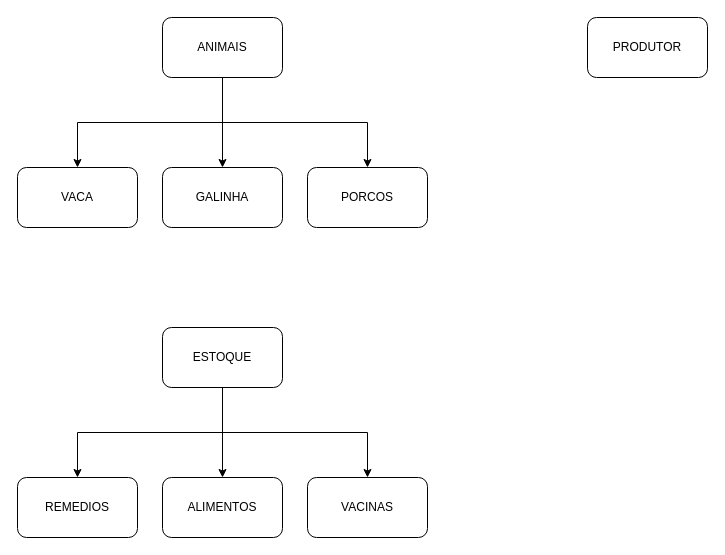
Before: page "Copy of Page-1" (2 of 2) of Untitled Diagram.drawio in guilermiii/faculdade-kof-system, a draw.io diagram. Source tidied: cells renumbered, new cells numbered last; positions are measured from the earlier drawing's top-left corner, leaving out a move shared by most shapes. Both pictures are drawn from the tidied source at 100%, with x=0, y=0 at pixel (17, 17).
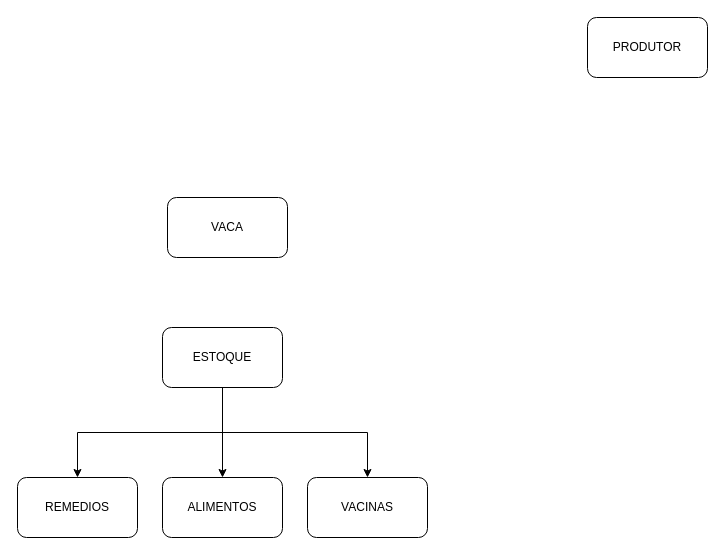
The same page after the edit.

What changed in the source:
```diff
@@
 <mxGraphModel>
   <root>
     <mxCell id="0" />
     <mxCell id="1" parent="0" />
     <mxCell id="2" value="VACA" style="rounded=1;whiteSpace=wrap;html=1;roundedPerimeter=1;" parent="1" vertex="1">
-      <mxGeometry y="150" width="120" height="60" as="geometry" />
+      <mxGeometry x="150" y="180" width="120" height="60" as="geometry" />
     </mxCell>
-    <mxCell id="3" value="PORCOS" style="rounded=1;whiteSpace=wrap;html=1;roundedPerimeter=1;" parent="1" vertex="1">
-      <mxGeometry x="290" y="150" width="120" height="60" as="geometry" />
-    </mxCell>
-    <mxCell id="4" value="GALINHA" style="rounded=1;whiteSpace=wrap;html=1;roundedPerimeter=1;" parent="1" vertex="1">
-      <mxGeometry x="145" y="150" width="120" height="60" as="geometry" />
-    </mxCell>
-    <mxCell id="5" style="edgeStyle=orthogonalEdgeStyle;rounded=0;jettySize=auto;html=1;entryX=0.5;entryY=0;entryDx=0;entryDy=0;" parent="1" edge="1" source="8" target="4">
-      <mxGeometry relative="1" as="geometry" />
-    </mxCell>
-    <mxCell id="6" style="edgeStyle=orthogonalEdgeStyle;rounded=0;jettySize=auto;html=1;exitX=0.5;exitY=1;exitDx=0;exitDy=0;entryX=0.5;entryY=0;entryDx=0;entryDy=0;" parent="1" edge="1" source="8" target="2">
-      <mxGeometry relative="1" as="geometry" />
-    </mxCell>
-    <mxCell id="7" style="edgeStyle=orthogonalEdgeStyle;rounded=0;jettySize=auto;html=1;exitX=0.5;exitY=1;exitDx=0;exitDy=0;entryX=0.5;entryY=0;entryDx=0;entryDy=0;" parent="1" edge="1" source="8" target="3">
-      <mxGeometry relative="1" as="geometry" />
-    </mxCell>
-    <mxCell id="8" value="ANIMAIS" style="rounded=1;whiteSpace=wrap;html=1;roundedPerimeter=1;" parent="1" vertex="1">
-      <mxGeometry x="145" width="120" height="60" as="geometry" />
-    </mxCell>
     <mxCell id="9" value="PRODUTOR" style="rounded=1;whiteSpace=wrap;html=1;roundedPerimeter=1;" parent="1" vertex="1">
       <mxGeometry x="570" width="120" height="60" as="geometry" />
     </mxCell>
     <mxCell id="10" value="REMEDIOS" style="rounded=1;whiteSpace=wrap;html=1;roundedPerimeter=1;" parent="1" vertex="1">
       <mxGeometry y="460" width="120" height="60" as="geometry" />
     </mxCell>
     <mxCell id="11" value="VACINAS" style="rounded=1;whiteSpace=wrap;html=1;roundedPerimeter=1;" parent="1" vertex="1">
       <mxGeometry x="290" y="460" width="120" height="60" as="geometry" />
     </mxCell>
     <mxCell id="12" value="ALIMENTOS" style="rounded=1;whiteSpace=wrap;html=1;roundedPerimeter=1;" parent="1" vertex="1">
       <mxGeometry x="145" y="460" width="120" height="60" as="geometry" />
     </mxCell>
     <mxCell id="13" style="edgeStyle=orthogonalEdgeStyle;rounded=0;jettySize=auto;html=1;entryX=0.5;entryY=0;entryDx=0;entryDy=0;" parent="1" edge="1" source="16" target="12">
       <mxGeometry relative="1" as="geometry" />
     </mxCell>
     <mxCell id="14" style="edgeStyle=orthogonalEdgeStyle;rounded=0;jettySize=auto;html=1;exitX=0.5;exitY=1;exitDx=0;exitDy=0;entryX=0.5;entryY=0;entryDx=0;entryDy=0;" parent="1" edge="1" source="16" target="10">
       <mxGeometry relative="1" as="geometry" />
     </mxCell>
     <mxCell id="15" style="edgeStyle=orthogonalEdgeStyle;rounded=0;jettySize=auto;html=1;exitX=0.5;exitY=1;exitDx=0;exitDy=0;entryX=0.5;entryY=0;entryDx=0;entryDy=0;" parent="1" edge="1" source="16" target="11">
       <mxGeometry relative="1" as="geometry" />
     </mxCell>
     <mxCell id="16" value="ESTOQUE" style="rounded=1;whiteSpace=wrap;html=1;roundedPerimeter=1;" parent="1" vertex="1">
       <mxGeometry x="145" y="310" width="120" height="60" as="geometry" />
     </mxCell>
   </root>
 </mxGraphModel>
```
